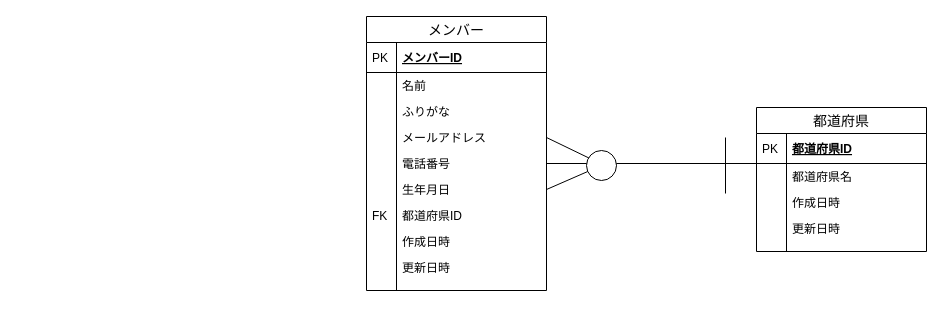
This is db-definition.drawio from kazuyanakata/quelcode-php-db, a draw.io file, before an edit. Source tidied: cells renumbered, new cells numbered last; positions are measured from the earlier drawing's top-left corner, leaving out a move shared by most shapes. Both pictures are drawn from the tidied source at 100%, with x=0, y=0 at pixel (366, 16).
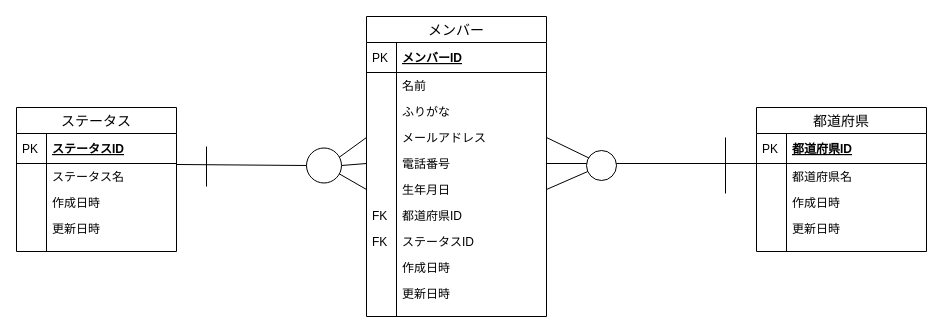
Above is the later version.

Commit message:
データベースER図変更

Unchanged cells that the change refers to:
```xml
<mxCell id="9" value="メールアドレス" style="shape=partialRectangle;top=0;left=0;right=0;bottom=0;align=left;verticalAlign=top;fillColor=none;spacingLeft=34;spacingRight=4;overflow=hidden;points=[[0,0.5],[1,0.5]];portConstraint=eastwest;fontSize=12;" parent="2" vertex="1">
  <mxGeometry y="108" width="180" height="26" as="geometry" />
</mxCell>
<mxCell id="11" value="電話番号" style="shape=partialRectangle;top=0;left=0;right=0;bottom=0;align=left;verticalAlign=top;fillColor=none;spacingLeft=34;spacingRight=4;overflow=hidden;points=[[0,0.5],[1,0.5]];portConstraint=eastwest;fontSize=12;" parent="2" vertex="1">
  <mxGeometry y="134" width="180" height="26" as="geometry" />
</mxCell>
<mxCell id="13" value="生年月日" style="shape=partialRectangle;top=0;left=0;right=0;bottom=0;align=left;verticalAlign=top;fillColor=none;spacingLeft=34;spacingRight=4;overflow=hidden;points=[[0,0.5],[1,0.5]];portConstraint=eastwest;fontSize=12;" parent="2" vertex="1">
  <mxGeometry y="160" width="180" height="26" as="geometry" />
</mxCell>
<mxCell id="27" value="都道府県名" style="shape=partialRectangle;top=0;left=0;right=0;bottom=0;align=left;verticalAlign=top;fillColor=none;spacingLeft=34;spacingRight=4;overflow=hidden;points=[[0,0.5],[1,0.5]];portConstraint=eastwest;fontSize=12;" parent="24" vertex="1">
  <mxGeometry y="56" width="170" height="26" as="geometry" />
</mxCell>
```

The edit, as a diff of the source:
```diff
@@
+    <mxCell id="23" style="endArrow=none;html=1;exitX=1;exitY=0.5;exitDx=0;exitDy=0;entryX=0;entryY=0;entryDx=0;entryDy=0;entryPerimeter=0;" parent="1" edge="1" source="11" target="27">
+      <mxGeometry relative="1" as="geometry" />
+    </mxCell>
+    <mxCell id="35" style="endArrow=none;html=1;exitX=1;exitY=0.5;exitDx=0;exitDy=0;" parent="1" edge="1" source="37">
+      <mxGeometry relative="1" as="geometry">
+        <mxPoint x="240" y="150" as="targetPoint" />
+      </mxGeometry>
+    </mxCell>
+    <mxCell id="36" style="endArrow=none;html=1;exitX=1;exitY=0.5;exitDx=0;exitDy=0;" parent="1" edge="1" source="9">
+      <mxGeometry relative="1" as="geometry">
+        <mxPoint x="240" y="150" as="targetPoint" />
+      </mxGeometry>
+    </mxCell>
+    <mxCell id="37" style="ellipse;whiteSpace=wrap;html=1;" parent="1" vertex="1">
+      <mxGeometry x="220" y="134" width="30" height="30" as="geometry" />
+    </mxCell>
+    <mxCell id="38" style="endArrow=none;html=1;exitX=1;exitY=0.5;exitDx=0;exitDy=0;" parent="1" edge="1" target="37">
+      <mxGeometry relative="1" as="geometry">
+        <mxPoint x="180" y="173" as="sourcePoint" />
+      </mxGeometry>
+    </mxCell>
+    <mxCell id="39" style="endArrow=none;html=1;" parent="1" edge="1">
+      <mxGeometry relative="1" as="geometry">
+        <mxPoint x="359" y="177" as="sourcePoint" />
+        <mxPoint x="359" y="121" as="targetPoint" />
+      </mxGeometry>
+    </mxCell>
     <mxCell id="2" value="メンバー" style="swimlane;fontStyle=0;horizontal=1;startSize=26;align=center;fontSize=14;" parent="1" vertex="1">
-      <mxGeometry width="180" height="274" as="geometry" />
+      <mxGeometry width="180" height="300" as="geometry" />
     </mxCell>
@@
+    <mxCell id="40" value="ステータスID" style="shape=partialRectangle;top=0;left=0;right=0;bottom=0;align=left;verticalAlign=top;fillColor=none;spacingLeft=34;spacingRight=4;overflow=hidden;fontSize=12;" parent="2" vertex="1">
+      <mxGeometry y="212" width="180" height="26" as="geometry" />
+    </mxCell>
+    <mxCell id="41" value="FK" style="shape=partialRectangle;top=0;left=0;bottom=0;fillColor=none;align=left;verticalAlign=top;spacingLeft=4;spacingRight=4;overflow=hidden;fontSize=12;" parent="40" vertex="1">
+      <mxGeometry width="30" height="26" as="geometry" />
+    </mxCell>
     <mxCell id="17" value="作成日時" style="shape=partialRectangle;top=0;left=0;right=0;bottom=0;align=left;verticalAlign=top;fillColor=none;spacingLeft=34;spacingRight=4;overflow=hidden;fontSize=12;" parent="2" vertex="1">
-      <mxGeometry y="212" width="180" height="26" as="geometry" />
+      <mxGeometry y="238" width="180" height="26" as="geometry" />
     </mxCell>
@@
     <mxCell id="19" value="更新日時" style="shape=partialRectangle;top=0;left=0;right=0;bottom=0;align=left;verticalAlign=top;fillColor=none;spacingLeft=34;spacingRight=4;overflow=hidden;fontSize=12;" parent="2" vertex="1">
-      <mxGeometry y="238" width="180" height="26" as="geometry" />
+      <mxGeometry y="264" width="180" height="26" as="geometry" />
     </mxCell>
@@
     <mxCell id="21" style="shape=partialRectangle;top=0;left=0;right=0;bottom=0;align=left;verticalAlign=top;fillColor=none;spacingLeft=34;spacingRight=4;overflow=hidden;fontSize=12;" parent="2" vertex="1">
-      <mxGeometry y="264" width="180" height="10" as="geometry" />
+      <mxGeometry y="290" width="180" height="10" as="geometry" />
     </mxCell>
@@
-    <mxCell id="23" style="endArrow=none;html=1;exitX=1;exitY=0.5;exitDx=0;exitDy=0;entryX=0;entryY=0;entryDx=0;entryDy=0;entryPerimeter=0;" parent="1" edge="1" source="11" target="27">
-      <mxGeometry relative="1" as="geometry" />
-    </mxCell>
@@
-    <mxCell id="35" style="endArrow=none;html=1;exitX=1;exitY=0.5;exitDx=0;exitDy=0;" parent="1" edge="1" source="37">
-      <mxGeometry relative="1" as="geometry">
-        <mxPoint x="240" y="150" as="targetPoint" />
-      </mxGeometry>
-    </mxCell>
-    <mxCell id="36" style="endArrow=none;html=1;exitX=1;exitY=0.5;exitDx=0;exitDy=0;" parent="1" edge="1" source="9">
-      <mxGeometry relative="1" as="geometry">
-        <mxPoint x="240" y="150" as="targetPoint" />
-      </mxGeometry>
-    </mxCell>
-    <mxCell id="37" style="ellipse;whiteSpace=wrap;html=1;" parent="1" vertex="1">
-      <mxGeometry x="220" y="134" width="30" height="30" as="geometry" />
-    </mxCell>
-    <mxCell id="38" style="endArrow=none;html=1;exitX=1;exitY=0.5;exitDx=0;exitDy=0;" parent="1" edge="1" target="37">
-      <mxGeometry relative="1" as="geometry">
-        <mxPoint x="180" y="173" as="sourcePoint" />
-      </mxGeometry>
-    </mxCell>
-    <mxCell id="39" style="endArrow=none;html=1;" parent="1" edge="1">
-      <mxGeometry relative="1" as="geometry">
-        <mxPoint x="359" y="177" as="sourcePoint" />
-        <mxPoint x="359" y="121" as="targetPoint" />
-      </mxGeometry>
-    </mxCell>
+    <mxCell id="42" value="ステータス" style="swimlane;fontStyle=0;horizontal=1;startSize=26;align=center;fontSize=14;" parent="1" vertex="1">
+      <mxGeometry x="-350" y="91" width="160" height="144" as="geometry" />
+    </mxCell>
+    <mxCell id="43" value="ステータスID" style="shape=partialRectangle;top=0;left=0;right=0;bottom=1;align=left;verticalAlign=middle;fillColor=none;spacingLeft=34;spacingRight=4;overflow=hidden;points=[[0,0.5],[1,0.5]];portConstraint=eastwest;fontStyle=5;fontSize=12;" parent="42" vertex="1">
+      <mxGeometry y="26" width="160" height="30" as="geometry" />
+    </mxCell>
+    <mxCell id="44" value="PK" style="shape=partialRectangle;top=0;left=0;bottom=0;fillColor=none;align=left;verticalAlign=middle;spacingLeft=4;spacingRight=4;overflow=hidden;fontSize=12;" parent="43" vertex="1">
+      <mxGeometry width="30" height="30" as="geometry" />
+    </mxCell>
+    <mxCell id="45" value="ステータス名" style="shape=partialRectangle;top=0;left=0;right=0;bottom=0;align=left;verticalAlign=top;fillColor=none;spacingLeft=34;spacingRight=4;overflow=hidden;fontSize=12;" parent="42" vertex="1">
+      <mxGeometry y="56" width="160" height="26" as="geometry" />
+    </mxCell>
+    <mxCell id="46" style="shape=partialRectangle;top=0;left=0;bottom=0;fillColor=none;align=left;verticalAlign=top;spacingLeft=4;spacingRight=4;overflow=hidden;fontSize=12;" parent="45" vertex="1">
+      <mxGeometry width="30" height="26" as="geometry" />
+    </mxCell>
+    <mxCell id="47" style="endArrow=none;html=1;" parent="42" edge="1">
+      <mxGeometry relative="1" as="geometry">
+        <mxPoint x="190" y="79" as="sourcePoint" />
+        <mxPoint x="190" y="39" as="targetPoint" />
+      </mxGeometry>
+    </mxCell>
+    <mxCell id="48" value="作成日時" style="shape=partialRectangle;top=0;left=0;right=0;bottom=0;align=left;verticalAlign=top;fillColor=none;spacingLeft=34;spacingRight=4;overflow=hidden;fontSize=12;" parent="42" vertex="1">
+      <mxGeometry y="82" width="160" height="26" as="geometry" />
+    </mxCell>
+    <mxCell id="49" style="shape=partialRectangle;top=0;left=0;bottom=0;fillColor=none;align=left;verticalAlign=top;spacingLeft=4;spacingRight=4;overflow=hidden;fontSize=12;" parent="48" vertex="1">
+      <mxGeometry width="30" height="26" as="geometry" />
+    </mxCell>
+    <mxCell id="50" value="更新日時" style="shape=partialRectangle;top=0;left=0;right=0;bottom=0;align=left;verticalAlign=top;fillColor=none;spacingLeft=34;spacingRight=4;overflow=hidden;fontSize=12;" parent="42" vertex="1">
+      <mxGeometry y="108" width="160" height="26" as="geometry" />
+    </mxCell>
+    <mxCell id="51" style="shape=partialRectangle;top=0;left=0;bottom=0;fillColor=none;align=left;verticalAlign=top;spacingLeft=4;spacingRight=4;overflow=hidden;fontSize=12;" parent="50" vertex="1">
+      <mxGeometry width="30" height="26" as="geometry" />
+    </mxCell>
+    <mxCell id="52" style="shape=partialRectangle;top=0;left=0;right=0;bottom=0;align=left;verticalAlign=top;fillColor=none;spacingLeft=34;spacingRight=4;overflow=hidden;fontSize=12;" parent="42" vertex="1">
+      <mxGeometry y="134" width="160" height="10" as="geometry" />
+    </mxCell>
+    <mxCell id="53" style="shape=partialRectangle;top=0;left=0;bottom=0;fillColor=none;align=left;verticalAlign=top;spacingLeft=4;spacingRight=4;overflow=hidden;fontSize=12;" parent="52" vertex="1">
+      <mxGeometry width="30" height="10" as="geometry" />
+    </mxCell>
+    <mxCell id="54" style="endArrow=none;html=1;exitX=1;exitY=0.5;exitDx=0;exitDy=0;entryX=0;entryY=0.5;entryDx=0;entryDy=0;" parent="1" edge="1" source="57" target="11">
+      <mxGeometry relative="1" as="geometry" />
+    </mxCell>
+    <mxCell id="55" style="endArrow=none;html=1;entryX=0;entryY=0.5;entryDx=0;entryDy=0;" parent="1" edge="1" target="13">
+      <mxGeometry relative="1" as="geometry">
+        <mxPoint x="-40" y="150" as="sourcePoint" />
+      </mxGeometry>
+    </mxCell>
+    <mxCell id="56" style="endArrow=none;html=1;entryX=0;entryY=0.5;entryDx=0;entryDy=0;" parent="1" edge="1" target="9">
+      <mxGeometry relative="1" as="geometry">
+        <mxPoint x="-40" y="150" as="sourcePoint" />
+      </mxGeometry>
+    </mxCell>
+    <mxCell id="57" style="ellipse;whiteSpace=wrap;html=1;" parent="1" vertex="1">
+      <mxGeometry x="-60" y="131.5" width="35" height="35" as="geometry" />
+    </mxCell>
+    <mxCell id="58" style="endArrow=none;html=1;exitX=1;exitY=1.033;exitDx=0;exitDy=0;entryX=0;entryY=0.5;entryDx=0;entryDy=0;exitPerimeter=0;" parent="1" edge="1" source="43" target="57">
+      <mxGeometry relative="1" as="geometry" />
+    </mxCell>
```
